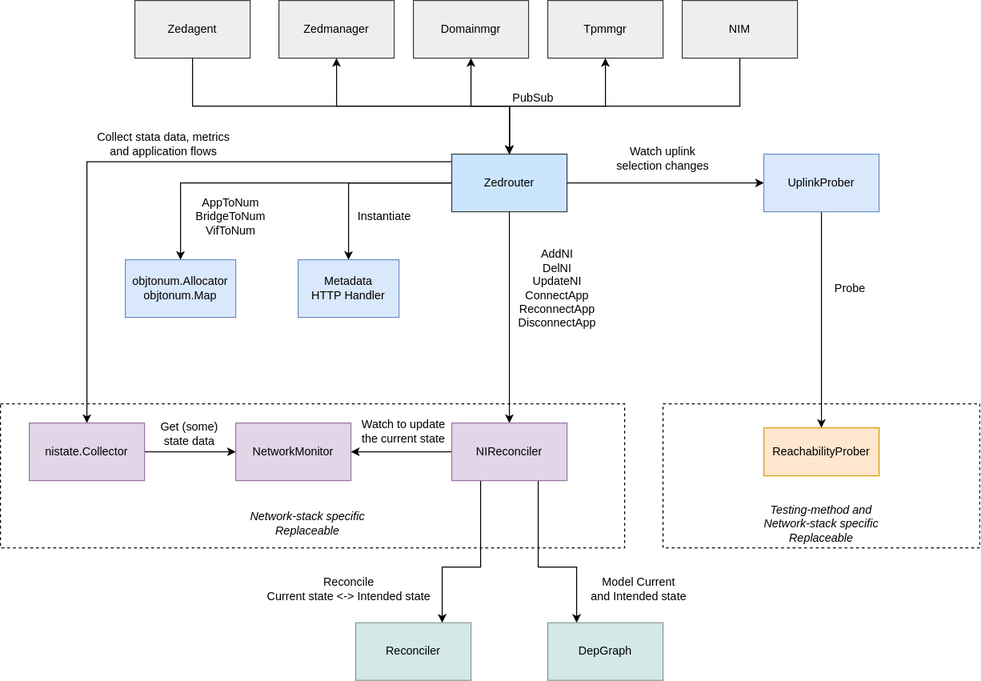
lf-edge/eve keeps this draw.io diagram as pkg/pillar/docs/pics/zedrouter.png. Above is the earlier version. Source tidied: cells renumbered, new cells last; positions are measured from the earlier drawing's top-left corner, leaving out a move shared by most shapes.
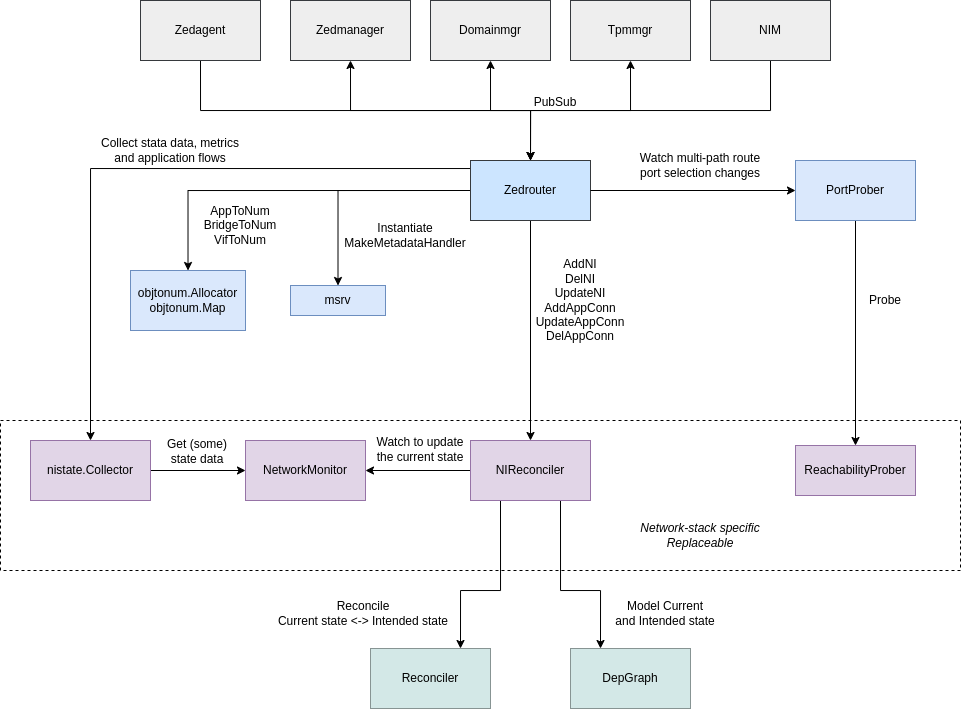
Above is the later version.

Change to the diagram source:
```diff
@@ -3,11 +3,8 @@
     <mxCell id="0" />
     <mxCell id="1" parent="0" />
     <mxCell id="2" style="rounded=0;whiteSpace=wrap;html=1;dashed=1;" parent="1" vertex="1">
-      <mxGeometry y="420" width="650" height="150" as="geometry" />
+      <mxGeometry y="420" width="960" height="150" as="geometry" />
     </mxCell>
-    <mxCell id="3" style="rounded=0;whiteSpace=wrap;html=1;dashed=1;" parent="1" vertex="1">
-      <mxGeometry x="690" y="420" width="330" height="150" as="geometry" />
-    </mxCell>
     <mxCell id="4" style="edgeStyle=orthogonalEdgeStyle;rounded=0;jettySize=auto;html=1;exitX=0.5;exitY=0;exitDx=0;exitDy=0;entryX=0.5;entryY=1;entryDx=0;entryDy=0;" parent="1" edge="1" source="10" target="12">
       <mxGeometry relative="1" as="geometry" />
     </mxCell>
@@ -80,24 +77,21 @@
     <mxCell id="22" style="edgeStyle=orthogonalEdgeStyle;rounded=0;jettySize=auto;html=1;exitX=0.5;exitY=1;exitDx=0;exitDy=0;entryX=0.5;entryY=0;entryDx=0;entryDy=0;" parent="1" edge="1" source="23" target="41">
       <mxGeometry relative="1" as="geometry" />
     </mxCell>
-    <mxCell id="23" value="UplinkProber" style="rounded=0;whiteSpace=wrap;html=1;fillColor=#dae8fc;strokeColor=#6c8ebf;" parent="1" vertex="1">
+    <mxCell id="23" value="PortProber" style="rounded=0;whiteSpace=wrap;html=1;fillColor=#dae8fc;strokeColor=#6c8ebf;" parent="1" vertex="1">
       <mxGeometry x="795" y="160" width="120" height="60" as="geometry" />
     </mxCell>
-    <mxCell id="24" value="Watch uplink selection changes" style="text;html=1;strokeColor=none;fillColor=none;align=center;verticalAlign=middle;whiteSpace=wrap;rounded=0;" parent="1" vertex="1">
-      <mxGeometry x="630" y="150" width="120" height="30" as="geometry" />
+    <mxCell id="24" value="Watch multi-path route port selection changes" style="text;html=1;strokeColor=none;fillColor=none;align=center;verticalAlign=middle;whiteSpace=wrap;rounded=0;" parent="1" vertex="1">
+      <mxGeometry x="630" y="150" width="140" height="30" as="geometry" />
     </mxCell>
-    <mxCell id="25" value="&lt;div&gt;AddNI&lt;/div&gt;&lt;div&gt;DelNI&lt;/div&gt;&lt;div&gt;UpdateNI&lt;br&gt;&lt;/div&gt;&lt;div&gt;ConnectApp&lt;/div&gt;&lt;div&gt;ReconnectApp&lt;/div&gt;&lt;div&gt;DisconnectApp&lt;/div&gt;" style="text;html=1;strokeColor=none;fillColor=none;align=center;verticalAlign=middle;whiteSpace=wrap;rounded=0;" parent="1" vertex="1">
+    <mxCell id="25" value="&lt;div&gt;AddNI&lt;/div&gt;&lt;div&gt;DelNI&lt;/div&gt;&lt;div&gt;UpdateNI&lt;br&gt;&lt;/div&gt;&lt;div&gt;AddAppConn&lt;/div&gt;&lt;div&gt;UpdateAppConn&lt;/div&gt;&lt;div&gt;DelAppConn&lt;/div&gt;" style="text;html=1;strokeColor=none;fillColor=none;align=center;verticalAlign=middle;whiteSpace=wrap;rounded=0;" parent="1" vertex="1">
       <mxGeometry x="530" y="230.5" width="100" height="139" as="geometry" />
     </mxCell>
     <mxCell id="26" value="Watch to update the current state" style="text;html=1;strokeColor=none;fillColor=none;align=center;verticalAlign=middle;whiteSpace=wrap;rounded=0;" parent="1" vertex="1">
       <mxGeometry x="370" y="431" width="100" height="35" as="geometry" />
     </mxCell>
     <mxCell id="27" value="&lt;div&gt;&lt;i&gt;Network-stack specific&lt;/i&gt;&lt;/div&gt;&lt;div&gt;&lt;i&gt;Replaceable&lt;br&gt;&lt;/i&gt;&lt;/div&gt;" style="text;html=1;strokeColor=none;fillColor=none;align=center;verticalAlign=middle;whiteSpace=wrap;rounded=0;dashed=1;" parent="1" vertex="1">
-      <mxGeometry x="250" y="530" width="140" height="30" as="geometry" />
+      <mxGeometry x="630" y="520" width="140" height="30" as="geometry" />
     </mxCell>
-    <mxCell id="28" value="&lt;div&gt;&lt;i&gt;Testing-method and Network-stack specific&lt;/i&gt;&lt;/div&gt;&lt;div&gt;&lt;i&gt;Replaceable&lt;br&gt;&lt;/i&gt;&lt;/div&gt;" style="text;html=1;strokeColor=none;fillColor=none;align=center;verticalAlign=middle;whiteSpace=wrap;rounded=0;dashed=1;" parent="1" vertex="1">
-      <mxGeometry x="785" y="530" width="140" height="30" as="geometry" />
-    </mxCell>
     <mxCell id="29" value="Reconciler" style="rounded=0;whiteSpace=wrap;html=1;fillColor=#D3E8E7;strokeColor=#879493;" parent="1" vertex="1">
       <mxGeometry x="370" y="648" width="120" height="60" as="geometry" />
     </mxCell>
@@ -125,16 +119,16 @@
     <mxCell id="37" value="Collect stata data, metrics and application flows" style="text;html=1;strokeColor=none;fillColor=none;align=center;verticalAlign=middle;whiteSpace=wrap;rounded=0;" parent="1" vertex="1">
       <mxGeometry x="90" y="136" width="160" height="27" as="geometry" />
     </mxCell>
-    <mxCell id="38" value="Metadata&lt;br&gt;HTTP Handler" style="rounded=0;whiteSpace=wrap;html=1;fillColor=#dae8fc;strokeColor=#6c8ebf;" parent="1" vertex="1">
-      <mxGeometry x="310" y="270" width="105" height="60" as="geometry" />
+    <mxCell id="38" value="msrv" style="rounded=0;whiteSpace=wrap;html=1;fillColor=#dae8fc;strokeColor=#6c8ebf;" parent="1" vertex="1">
+      <mxGeometry x="290" y="285" width="95" height="30" as="geometry" />
     </mxCell>
-    <mxCell id="39" value="Instantiate" style="text;html=1;strokeColor=none;fillColor=none;align=center;verticalAlign=middle;whiteSpace=wrap;rounded=0;" parent="1" vertex="1">
-      <mxGeometry x="365" y="200" width="70" height="50" as="geometry" />
+    <mxCell id="39" value="Instantiate&lt;div&gt;MakeMetadataHandler&lt;/div&gt;" style="text;html=1;strokeColor=none;fillColor=none;align=center;verticalAlign=middle;whiteSpace=wrap;rounded=0;" parent="1" vertex="1">
+      <mxGeometry x="370" y="210" width="70" height="50" as="geometry" />
     </mxCell>
     <mxCell id="40" value="objtonum.Allocator&lt;br&gt;objtonum.Map" style="rounded=0;whiteSpace=wrap;html=1;fillColor=#dae8fc;strokeColor=#6c8ebf;" parent="1" vertex="1">
       <mxGeometry x="130" y="270" width="115" height="60" as="geometry" />
     </mxCell>
-    <mxCell id="41" value="ReachabilityProber" style="rounded=0;whiteSpace=wrap;html=1;fillColor=#ffe6cc;strokeColor=#d79b00;" parent="1" vertex="1">
+    <mxCell id="41" value="ReachabilityProber" style="rounded=0;whiteSpace=wrap;html=1;fillColor=#e1d5e7;strokeColor=#9673a6;" parent="1" vertex="1">
       <mxGeometry x="795" y="445" width="120" height="50" as="geometry" />
     </mxCell>
     <mxCell id="42" value="&lt;font style=&quot;font-size: 12px;&quot;&gt;Probe&lt;/font&gt;" style="text;html=1;strokeColor=none;fillColor=none;align=center;verticalAlign=middle;whiteSpace=wrap;rounded=0;" parent="1" vertex="1">
```
